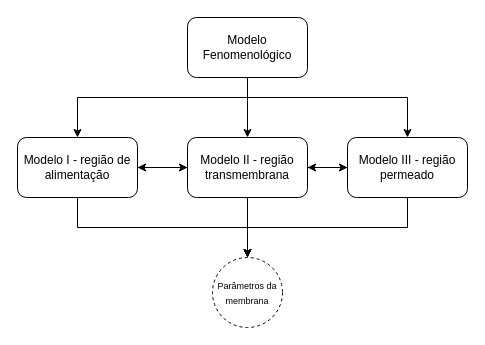
This is diagrama_info_1.drawio from igcampos/Mestrado, a draw.io file, before an edit. Source tidied: cells renumbered, new cells numbered last; positions are measured from the earlier drawing's top-left corner, leaving out a move shared by most shapes. Both pictures are drawn from the tidied source at 100%, with x=0, y=0 at pixel (17, 17).
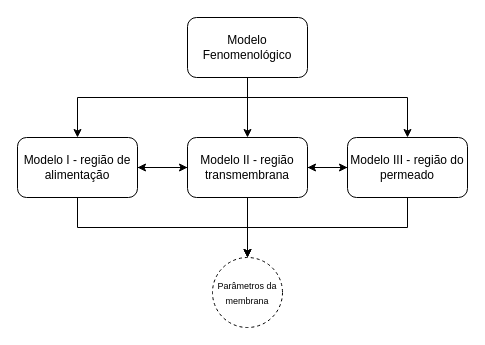
After the change.

What changed in the source:
```diff
@@
-    <mxCell id="8" value="Modelo III - região permeado" style="rounded=1;whiteSpace=wrap;html=1;" parent="1" vertex="1">
+    <mxCell id="8" value="Modelo III - região do permeado" style="rounded=1;whiteSpace=wrap;html=1;" parent="1" vertex="1">
       <mxGeometry x="330" y="120" width="120" height="60" as="geometry" />
     </mxCell>
```
